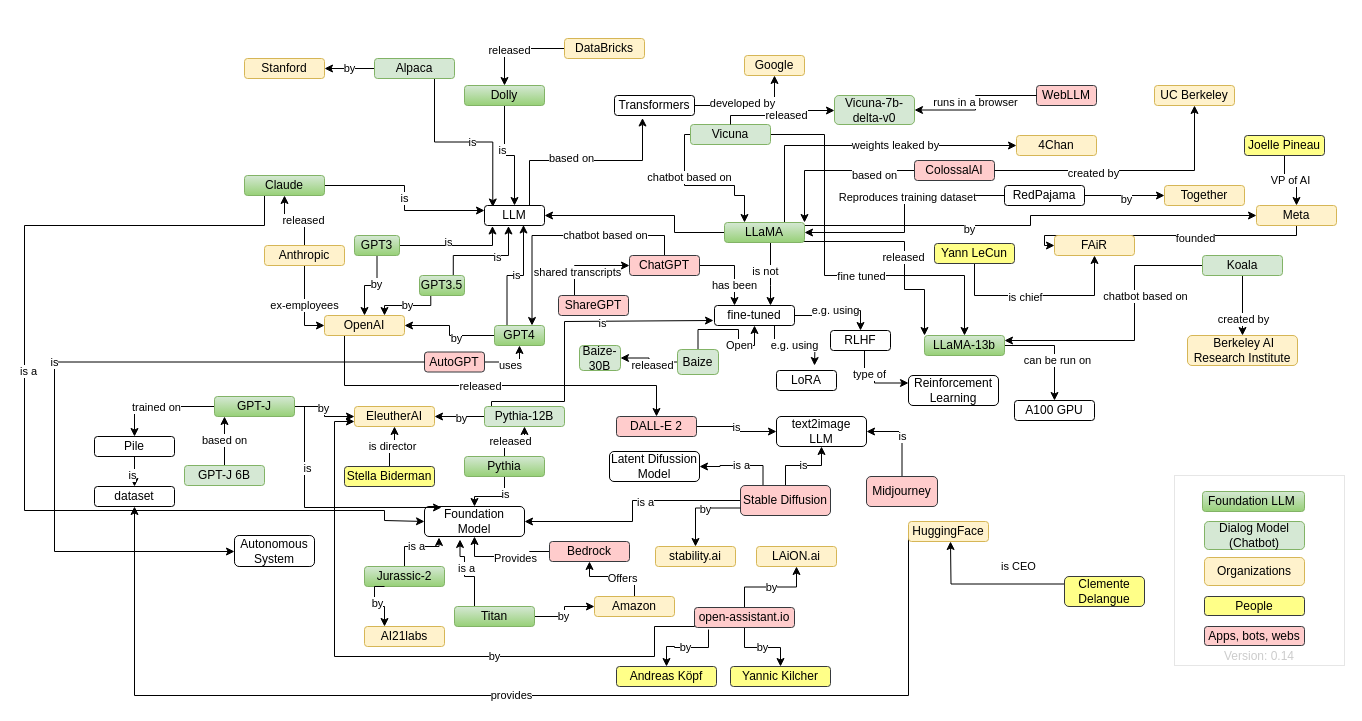
This is generativeAI.drawio from juananpe/generativeAI, a draw.io file, before an edit. Source tidied: cells renumbered, new cells numbered last; positions are measured from the earlier drawing's top-left corner, leaving out a move shared by most shapes. Both pictures are drawn from the tidied source at 100%, with x=0, y=0 at pixel (24, 38).
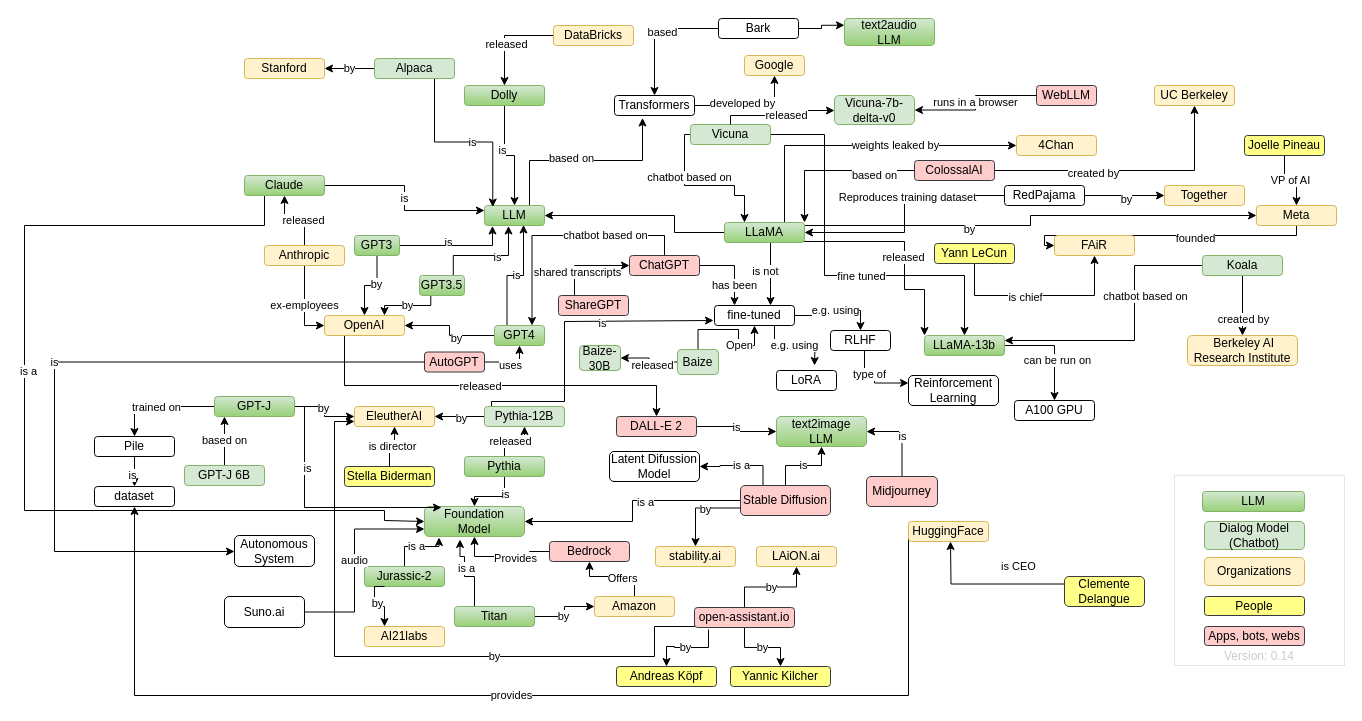
Above is the later version.

Commit message:
Add suno.ai, Bark, text2audio LLM

Unchanged cells that the change refers to:
```xml
<mxCell id="85" value="Transformers" style="rounded=1;whiteSpace=wrap;html=1;" parent="1" vertex="1">
  <mxGeometry x="590" y="57" width="80" height="20" as="geometry" />
</mxCell>
```

Diff of the diagram source:
```diff
@@
-    <mxCell id="9" value="LLM" style="rounded=1;whiteSpace=wrap;html=1;" parent="1" vertex="1">
+    <mxCell id="9" value="LLM" style="rounded=1;whiteSpace=wrap;html=1;fillColor=#d5e8d4;gradientColor=#97d077;strokeColor=#82b366;" parent="1" vertex="1">
       <mxGeometry x="460" y="167" width="60" height="20" as="geometry" />
     </mxCell>
@@
     <mxCell id="15" value="DataBricks" style="rounded=1;whiteSpace=wrap;html=1;fillColor=#fff2cc;strokeColor=#d6b656;" parent="1" vertex="1">
-      <mxGeometry x="540" width="80" height="20" as="geometry" />
+      <mxGeometry x="529" y="-13" width="80" height="20" as="geometry" />
     </mxCell>
@@
-    <mxCell id="73" value="text2image&lt;br&gt;LLM" style="rounded=1;whiteSpace=wrap;html=1;" parent="1" vertex="1">
+    <mxCell id="73" value="text2image&lt;br&gt;LLM" style="rounded=1;whiteSpace=wrap;html=1;fillColor=#d5e8d4;gradientColor=#97d077;strokeColor=#82b366;" parent="1" vertex="1">
       <mxGeometry x="752" y="378" width="90" height="30" as="geometry" />
     </mxCell>
@@
-    <mxCell id="124" value="Foundation&lt;br&gt;Model" style="rounded=1;whiteSpace=wrap;html=1;" parent="1" vertex="1">
+    <mxCell id="124" value="Foundation&lt;br&gt;Model" style="rounded=1;whiteSpace=wrap;html=1;fillColor=#d5e8d4;gradientColor=#97d077;strokeColor=#82b366;" parent="1" vertex="1">
       <mxGeometry x="400" y="468" width="100" height="30" as="geometry" />
     </mxCell>
@@
-    <mxCell id="189" value="Foundation LLM&amp;nbsp;" style="rounded=1;whiteSpace=wrap;html=1;fillColor=#d5e8d4;strokeColor=#82b366;gradientColor=#97d077;" parent="1" vertex="1">
+    <mxCell id="189" value="LLM" style="rounded=1;whiteSpace=wrap;html=1;fillColor=#d5e8d4;strokeColor=#82b366;gradientColor=#97d077;" parent="1" vertex="1">
       <mxGeometry x="1178" y="453" width="102" height="20" as="geometry" />
     </mxCell>
@@
+    <mxCell id="195" style="edgeStyle=orthogonalEdgeStyle;rounded=0;jettySize=auto;html=1;" parent="1" edge="1" source="198" target="85">
+      <mxGeometry relative="1" as="geometry" />
+    </mxCell>
+    <mxCell id="196" value="based" style="edgeLabel;html=1;align=center;verticalAlign=middle;" parent="195" vertex="1">
+      <mxGeometry x="-0.13" y="3" relative="1" as="geometry" />
+    </mxCell>
+    <mxCell id="197" style="edgeStyle=orthogonalEdgeStyle;rounded=0;jettySize=auto;html=1;entryX=0;entryY=0.25;entryDx=0;entryDy=0;" parent="1" edge="1" source="198" target="199">
+      <mxGeometry relative="1" as="geometry" />
+    </mxCell>
+    <mxCell id="198" value="Bark" style="rounded=1;whiteSpace=wrap;html=1;" parent="1" vertex="1">
+      <mxGeometry x="694" y="-20" width="80" height="20" as="geometry" />
+    </mxCell>
+    <mxCell id="199" value="text2audio&lt;br&gt;LLM" style="rounded=1;whiteSpace=wrap;html=1;fillColor=#d5e8d4;gradientColor=#97d077;strokeColor=#82b366;" parent="1" vertex="1">
+      <mxGeometry x="820" y="-20" width="90" height="27" as="geometry" />
+    </mxCell>
+    <mxCell id="200" value="audio" style="edgeStyle=orthogonalEdgeStyle;rounded=0;jettySize=auto;html=1;entryX=0;entryY=0.75;entryDx=0;entryDy=0;" parent="1" edge="1" source="201" target="124">
+      <mxGeometry relative="1" as="geometry">
+        <Array as="points">
+          <mxPoint x="330" y="574" />
+          <mxPoint x="330" y="491" />
+        </Array>
+      </mxGeometry>
+    </mxCell>
+    <mxCell id="201" value="Suno.ai" style="rounded=1;whiteSpace=wrap;html=1;" parent="1" vertex="1">
+      <mxGeometry x="200" y="558" width="80" height="31" as="geometry" />
+    </mxCell>
```
